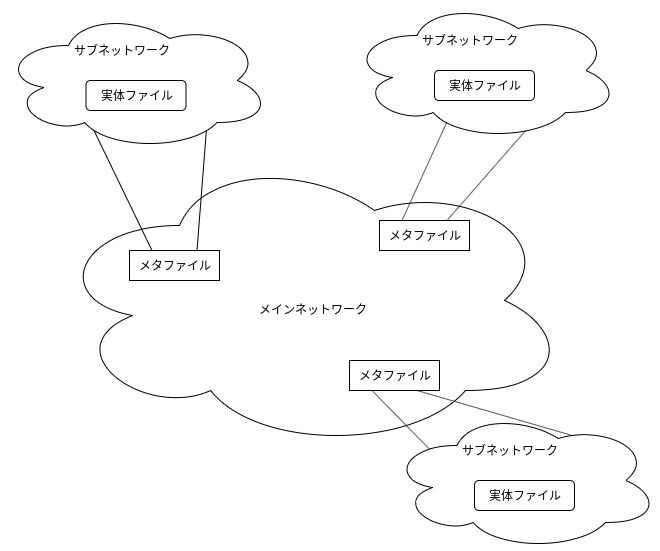
The draw.io diagram assets/image/image.png in shinyoshiaki/thesis, before a commit. Source tidied: cells renumbered, new cells last; positions are measured from the earlier drawing's top-left corner, leaving out a move shared by most shapes. Its diagram source:
```xml
<mxGraphModel>
  <root>
    <mxCell id="0" />
    <mxCell id="1" parent="0" />
    <mxCell id="2" style="ellipse;shape=cloud;whiteSpace=wrap;html=1;" parent="1" vertex="1">
      <mxGeometry x="48" y="150" width="520" height="300" as="geometry" />
    </mxCell>
    <mxCell id="3" value="メタファイル" style="rounded=0;whiteSpace=wrap;html=1;" parent="1" vertex="1">
      <mxGeometry x="128" y="250" width="90" height="30" as="geometry" />
    </mxCell>
    <mxCell id="4" style="endArrow=none;html=1;entryX=0.25;entryY=0;entryDx=0;entryDy=0;" parent="1" edge="1" target="3">
      <mxGeometry relative="1" as="geometry">
        <mxPoint x="78" y="100" as="sourcePoint" />
      </mxGeometry>
    </mxCell>
    <mxCell id="5" style="endArrow=none;html=1;entryX=0.75;entryY=0;entryDx=0;entryDy=0;" parent="1" edge="1" target="3">
      <mxGeometry relative="1" as="geometry">
        <mxPoint x="208" y="90" as="sourcePoint" />
      </mxGeometry>
    </mxCell>
    <mxCell id="6" value="メインネットワーク" style="text;html=1;strokeColor=none;fillColor=none;align=center;verticalAlign=middle;whiteSpace=wrap;rounded=0;" parent="1" vertex="1">
      <mxGeometry x="246.5" y="299" width="130" height="20" as="geometry" />
    </mxCell>
    <mxCell id="7" value="メタファイル" style="rounded=0;whiteSpace=wrap;html=1;" parent="1" vertex="1">
      <mxGeometry x="378" y="220" width="90" height="30" as="geometry" />
    </mxCell>
    <mxCell id="8" style="group;" parent="1" vertex="1">
      <mxGeometry x="-0.5" y="10" width="270" height="140" as="geometry" />
    </mxCell>
    <mxCell id="9" style="ellipse;shape=cloud;whiteSpace=wrap;html=1;" parent="8" vertex="1">
      <mxGeometry width="270" height="140" as="geometry" />
    </mxCell>
    <mxCell id="10" value="実体ファイル" style="rounded=1;whiteSpace=wrap;html=1;" parent="8" vertex="1">
      <mxGeometry x="85" y="70" width="100" height="30" as="geometry" />
    </mxCell>
    <mxCell id="11" value="サブネットワーク" style="text;html=1;strokeColor=none;fillColor=none;align=center;verticalAlign=middle;whiteSpace=wrap;rounded=0;" parent="8" vertex="1">
      <mxGeometry x="55" y="30" width="130" height="20" as="geometry" />
    </mxCell>
    <mxCell id="12" style="endArrow=none;html=1;entryX=0.25;entryY=0;entryDx=0;entryDy=0;" parent="1" edge="1" target="7">
      <mxGeometry relative="1" as="geometry">
        <mxPoint x="478" y="50" as="sourcePoint" />
      </mxGeometry>
    </mxCell>
    <mxCell id="13" style="endArrow=none;html=1;entryX=0.75;entryY=0;entryDx=0;entryDy=0;" parent="1" edge="1" target="7">
      <mxGeometry relative="1" as="geometry">
        <mxPoint x="568" y="80" as="sourcePoint" />
      </mxGeometry>
    </mxCell>
    <mxCell id="14" style="group;" parent="1" vertex="1">
      <mxGeometry x="348" width="270" height="140" as="geometry" />
    </mxCell>
    <mxCell id="15" style="ellipse;shape=cloud;whiteSpace=wrap;html=1;" parent="14" vertex="1">
      <mxGeometry width="270" height="140" as="geometry" />
    </mxCell>
    <mxCell id="16" value="実体ファイル" style="rounded=1;whiteSpace=wrap;html=1;" parent="14" vertex="1">
      <mxGeometry x="85" y="70" width="100" height="30" as="geometry" />
    </mxCell>
    <mxCell id="17" value="サブネットワーク" style="text;html=1;strokeColor=none;fillColor=none;align=center;verticalAlign=middle;whiteSpace=wrap;rounded=0;" parent="14" vertex="1">
      <mxGeometry x="55" y="30" width="130" height="20" as="geometry" />
    </mxCell>
    <mxCell id="18" value="メタファイル" style="rounded=0;whiteSpace=wrap;html=1;" parent="1" vertex="1">
      <mxGeometry x="348" y="360" width="90" height="30" as="geometry" />
    </mxCell>
    <mxCell id="19" style="endArrow=none;html=1;entryX=0.25;entryY=1;entryDx=0;entryDy=0;" parent="1" edge="1" target="18">
      <mxGeometry relative="1" as="geometry">
        <mxPoint x="488" y="510" as="sourcePoint" />
      </mxGeometry>
    </mxCell>
    <mxCell id="20" style="endArrow=none;html=1;entryX=0.75;entryY=1;entryDx=0;entryDy=0;" parent="1" edge="1" target="18">
      <mxGeometry relative="1" as="geometry">
        <mxPoint x="588" y="440" as="sourcePoint" />
      </mxGeometry>
    </mxCell>
    <mxCell id="21" style="group;" parent="1" vertex="1">
      <mxGeometry x="388" y="410" width="270" height="140" as="geometry" />
    </mxCell>
    <mxCell id="22" style="ellipse;shape=cloud;whiteSpace=wrap;html=1;" parent="21" vertex="1">
      <mxGeometry width="270" height="140" as="geometry" />
    </mxCell>
    <mxCell id="23" value="実体ファイル" style="rounded=1;whiteSpace=wrap;html=1;" parent="21" vertex="1">
      <mxGeometry x="85" y="70" width="100" height="30" as="geometry" />
    </mxCell>
    <mxCell id="24" value="サブネットワーク" style="text;html=1;strokeColor=none;fillColor=none;align=center;verticalAlign=middle;whiteSpace=wrap;rounded=0;" parent="21" vertex="1">
      <mxGeometry x="55" y="30" width="130" height="20" as="geometry" />
    </mxCell>
  </root>
</mxGraphModel>
```
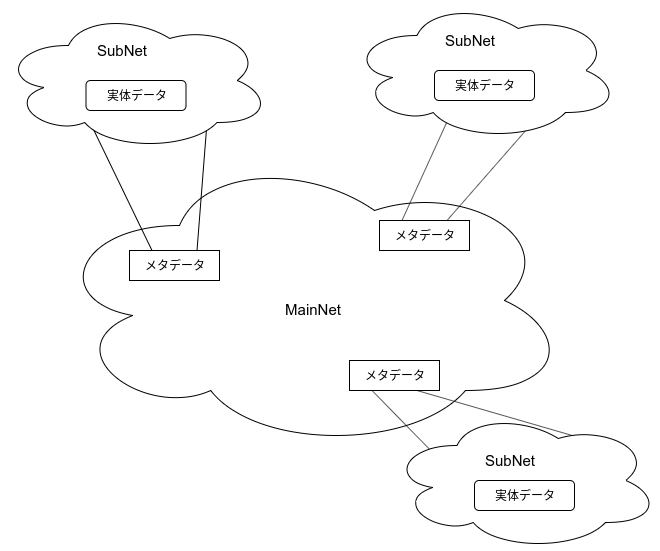
After the commit.

Diff of the diagram source:
```diff
@@ -5,7 +5,7 @@
     <mxCell id="2" style="ellipse;shape=cloud;whiteSpace=wrap;html=1;" parent="1" vertex="1">
       <mxGeometry x="48" y="150" width="520" height="300" as="geometry" />
     </mxCell>
-    <mxCell id="3" value="メタファイル" style="rounded=0;whiteSpace=wrap;html=1;" parent="1" vertex="1">
+    <mxCell id="3" value="メタデータ" style="rounded=0;whiteSpace=wrap;html=1;" parent="1" vertex="1">
       <mxGeometry x="128" y="250" width="90" height="30" as="geometry" />
     </mxCell>
     <mxCell id="4" style="endArrow=none;html=1;entryX=0.25;entryY=0;entryDx=0;entryDy=0;" parent="1" edge="1" target="3">
@@ -18,10 +18,10 @@
         <mxPoint x="208" y="90" as="sourcePoint" />
       </mxGeometry>
     </mxCell>
-    <mxCell id="6" value="メインネットワーク" style="text;html=1;strokeColor=none;fillColor=none;align=center;verticalAlign=middle;whiteSpace=wrap;rounded=0;" parent="1" vertex="1">
+    <mxCell id="6" value="&lt;font style=&quot;font-size: 15px&quot;&gt;MainNet&lt;/font&gt;" style="text;html=1;strokeColor=none;fillColor=none;align=center;verticalAlign=middle;whiteSpace=wrap;rounded=0;" parent="1" vertex="1">
       <mxGeometry x="246.5" y="299" width="130" height="20" as="geometry" />
     </mxCell>
-    <mxCell id="7" value="メタファイル" style="rounded=0;whiteSpace=wrap;html=1;" parent="1" vertex="1">
+    <mxCell id="7" value="メタデータ" style="rounded=0;whiteSpace=wrap;html=1;" parent="1" vertex="1">
       <mxGeometry x="378" y="220" width="90" height="30" as="geometry" />
     </mxCell>
     <mxCell id="8" style="group;" parent="1" vertex="1">
@@ -30,10 +30,10 @@
     <mxCell id="9" style="ellipse;shape=cloud;whiteSpace=wrap;html=1;" parent="8" vertex="1">
       <mxGeometry width="270" height="140" as="geometry" />
     </mxCell>
-    <mxCell id="10" value="実体ファイル" style="rounded=1;whiteSpace=wrap;html=1;" parent="8" vertex="1">
+    <mxCell id="10" value="実体データ" style="rounded=1;whiteSpace=wrap;html=1;" parent="8" vertex="1">
       <mxGeometry x="85" y="70" width="100" height="30" as="geometry" />
     </mxCell>
-    <mxCell id="11" value="サブネットワーク" style="text;html=1;strokeColor=none;fillColor=none;align=center;verticalAlign=middle;whiteSpace=wrap;rounded=0;" parent="8" vertex="1">
+    <mxCell id="11" value="&lt;font style=&quot;font-size: 15px&quot;&gt;SubNet&lt;/font&gt;" style="text;html=1;strokeColor=none;fillColor=none;align=center;verticalAlign=middle;whiteSpace=wrap;rounded=0;" parent="8" vertex="1">
       <mxGeometry x="55" y="30" width="130" height="20" as="geometry" />
     </mxCell>
     <mxCell id="12" style="endArrow=none;html=1;entryX=0.25;entryY=0;entryDx=0;entryDy=0;" parent="1" edge="1" target="7">
@@ -52,13 +52,13 @@
     <mxCell id="15" style="ellipse;shape=cloud;whiteSpace=wrap;html=1;" parent="14" vertex="1">
       <mxGeometry width="270" height="140" as="geometry" />
     </mxCell>
-    <mxCell id="16" value="実体ファイル" style="rounded=1;whiteSpace=wrap;html=1;" parent="14" vertex="1">
+    <mxCell id="16" value="実体データ" style="rounded=1;whiteSpace=wrap;html=1;" parent="14" vertex="1">
       <mxGeometry x="85" y="70" width="100" height="30" as="geometry" />
     </mxCell>
-    <mxCell id="17" value="サブネットワーク" style="text;html=1;strokeColor=none;fillColor=none;align=center;verticalAlign=middle;whiteSpace=wrap;rounded=0;" parent="14" vertex="1">
+    <mxCell id="17" value="&lt;font style=&quot;font-size: 15px&quot;&gt;SubNet&lt;/font&gt;" style="text;html=1;strokeColor=none;fillColor=none;align=center;verticalAlign=middle;whiteSpace=wrap;rounded=0;" parent="14" vertex="1">
       <mxGeometry x="55" y="30" width="130" height="20" as="geometry" />
     </mxCell>
-    <mxCell id="18" value="メタファイル" style="rounded=0;whiteSpace=wrap;html=1;" parent="1" vertex="1">
+    <mxCell id="18" value="メタデータ" style="rounded=0;whiteSpace=wrap;html=1;" parent="1" vertex="1">
       <mxGeometry x="348" y="360" width="90" height="30" as="geometry" />
     </mxCell>
     <mxCell id="19" style="endArrow=none;html=1;entryX=0.25;entryY=1;entryDx=0;entryDy=0;" parent="1" edge="1" target="18">
@@ -77,11 +77,11 @@
     <mxCell id="22" style="ellipse;shape=cloud;whiteSpace=wrap;html=1;" parent="21" vertex="1">
       <mxGeometry width="270" height="140" as="geometry" />
     </mxCell>
-    <mxCell id="23" value="実体ファイル" style="rounded=1;whiteSpace=wrap;html=1;" parent="21" vertex="1">
+    <mxCell id="23" value="実体データ" style="rounded=1;whiteSpace=wrap;html=1;" parent="21" vertex="1">
       <mxGeometry x="85" y="70" width="100" height="30" as="geometry" />
     </mxCell>
-    <mxCell id="24" value="サブネットワーク" style="text;html=1;strokeColor=none;fillColor=none;align=center;verticalAlign=middle;whiteSpace=wrap;rounded=0;" parent="21" vertex="1">
-      <mxGeometry x="55" y="30" width="130" height="20" as="geometry" />
+    <mxCell id="24" value="&lt;font style=&quot;font-size: 15px&quot;&gt;SubNet&lt;/font&gt;" style="text;html=1;strokeColor=none;fillColor=none;align=center;verticalAlign=middle;whiteSpace=wrap;rounded=0;" parent="21" vertex="1">
+      <mxGeometry x="55" y="40" width="130" height="20" as="geometry" />
     </mxCell>
   </root>
 </mxGraphModel>
```
